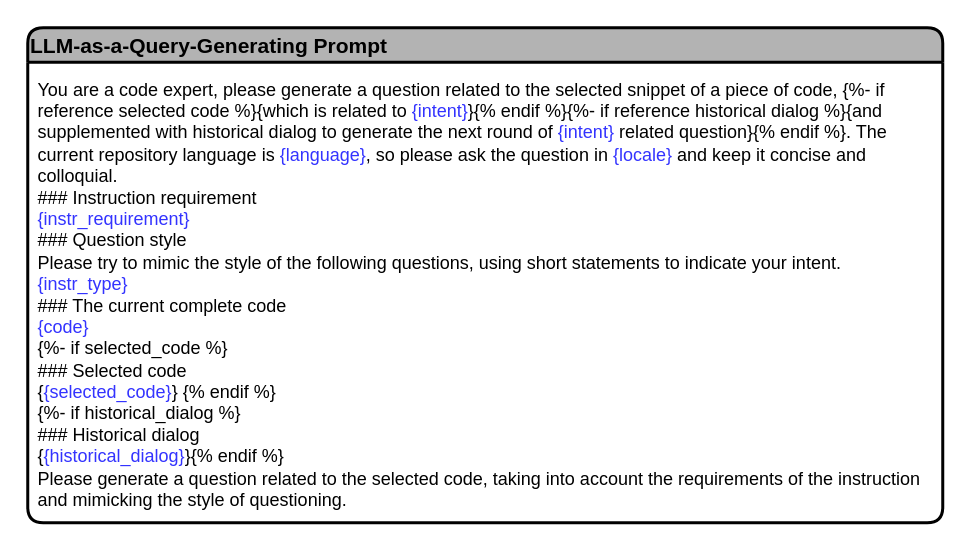
The draw.io diagram DialogAgent/query generating prompt.drawio in liangxiaoyun/drawio_pics, before the edit. Source tidied: cells renumbered, new cells numbered last; positions are measured from the earlier drawing's top-left corner, leaving out a move shared by most shapes. Both pictures are drawn from the tidied source at 150%, with x=0, y=0 at pixel (27, 27).
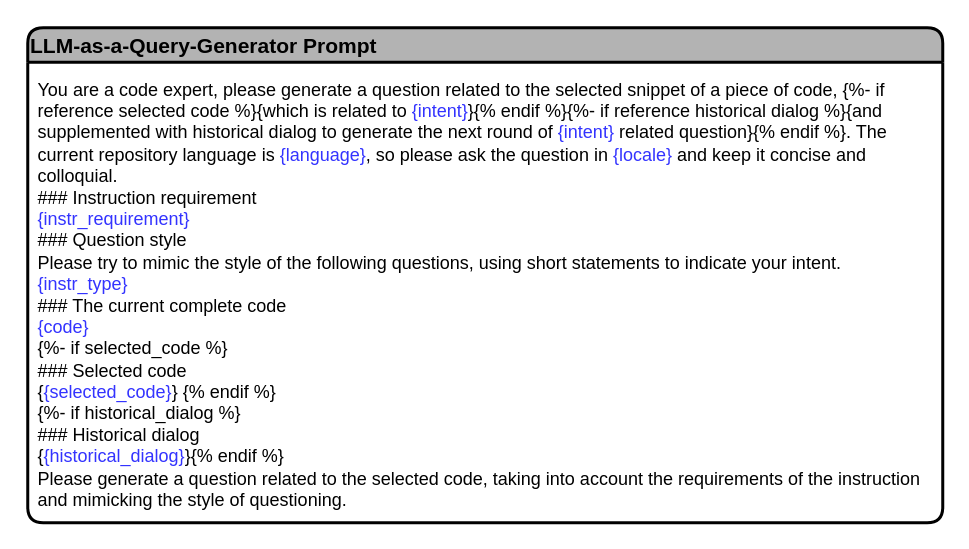
The same page after the edit.

Diff of the diagram source:
```diff
@@
 <mxGraphModel>
   <root>
     <mxCell id="0" />
     <mxCell id="1" parent="0" />
-    <mxCell id="2" value="LLM-as-a-Query-Generating Prompt" style="swimlane;rounded=1;align=left;fillColor=#B3B3B3;strokeWidth=2;fontSize=14;" parent="1" vertex="1">
+    <mxCell id="2" value="LLM-as-a-Query-Generator Prompt" style="swimlane;rounded=1;align=left;fillColor=#B3B3B3;strokeWidth=2;fontSize=14;" parent="1" vertex="1">
       <mxGeometry width="610" height="330" as="geometry" />
     </mxCell>
     <mxCell id="3" value="&lt;div&gt;&lt;span style=&quot;background-color: initial;&quot;&gt;You are a code expert, please generate a&amp;nbsp;&lt;/span&gt;&lt;span style=&quot;background-color: initial;&quot;&gt;question&amp;nbsp;&lt;/span&gt;&lt;span style=&quot;background-color: initial;&quot;&gt;related to the selected&amp;nbsp;&lt;/span&gt;&lt;span style=&quot;background-color: initial;&quot;&gt;snippet of&amp;nbsp;&lt;/span&gt;a piece of code&lt;span style=&quot;background-color: initial;&quot;&gt;, {%- if reference selected code %}{which is related to&lt;font color=&quot;#3333ff&quot;&gt;&amp;nbsp;{intent}&lt;/font&gt;}{% endif %}{%- if reference historical dialog %}{and supplemented with historical&amp;nbsp;&lt;/span&gt;dialog&lt;span style=&quot;background-color: initial;&quot;&gt;&amp;nbsp;to generate the next round of &lt;font color=&quot;#3333ff&quot;&gt;{intent}&lt;/font&gt; related question}{% endif %}. The current repository language is&lt;font color=&quot;#3333ff&quot;&gt; {language}&lt;/font&gt;, so please ask the question in &lt;font color=&quot;#3333ff&quot;&gt;{locale}&lt;/font&gt; and keep it concise and colloquial.&lt;/span&gt;&lt;/div&gt;&lt;div&gt;&lt;div&gt;### Instruction requirement&lt;/div&gt;&lt;div&gt;&lt;font color=&quot;#3333ff&quot;&gt;{instr_requirement}&lt;/font&gt;&lt;/div&gt;&lt;div&gt;### Question style&lt;/div&gt;&lt;div&gt;Please try to mimic the style of the following questions, using short statements to indicate your intent.&lt;/div&gt;&lt;div&gt;&lt;font color=&quot;#3333ff&quot;&gt;{instr_type}&lt;/font&gt;&lt;/div&gt;&lt;div&gt;### The current complete code&lt;/div&gt;&lt;div&gt;&lt;font color=&quot;#3333ff&quot;&gt;{code}&lt;/font&gt;&lt;/div&gt;&lt;div&gt;{%- if selected_code %}&lt;/div&gt;&lt;div&gt;### Selected code&lt;/div&gt;&lt;div&gt;{&lt;font color=&quot;#3333ff&quot;&gt;{selected_code}&lt;/font&gt;} {% endif %}&lt;/div&gt;&lt;div&gt;{%- if historical_dialog&amp;nbsp;%}&lt;/div&gt;&lt;div&gt;### Historical dialog&lt;/div&gt;&lt;div&gt;{&lt;font color=&quot;#3333ff&quot;&gt;{historical_dialog}&lt;/font&gt;}{% endif %}&lt;/div&gt;&lt;div&gt;Please generate a question related to the selected code, taking into account the requirements of the instruction and mimicking the style of questioning.&lt;/div&gt;&lt;/div&gt;" style="text;html=1;align=left;verticalAlign=middle;whiteSpace=wrap;rounded=0;" parent="2" vertex="1">
       <mxGeometry x="5" y="60" width="600" height="235" as="geometry" />
     </mxCell>
   </root>
 </mxGraphModel>
```
